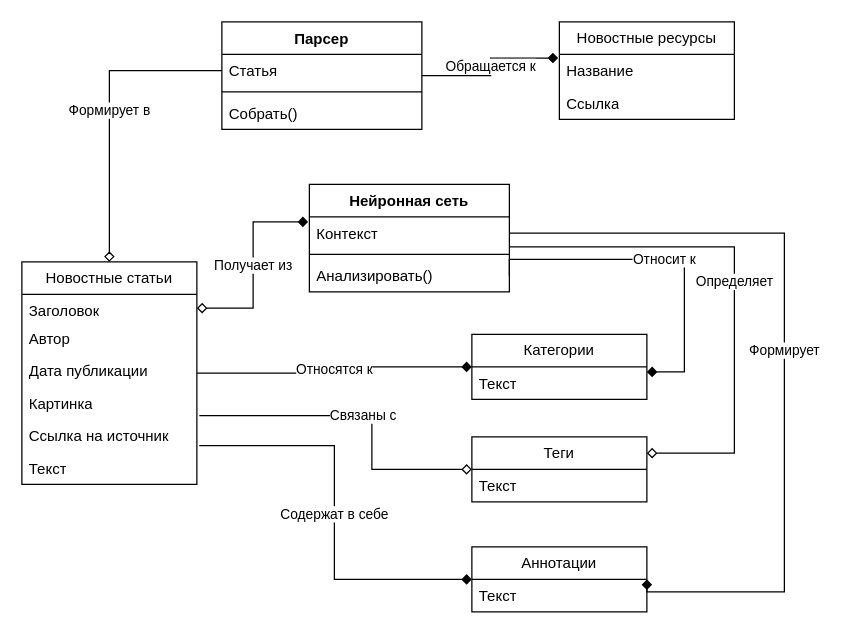
Before: Диаграммы/ConceptualModel.drawio in 0hJonny/Diplom_60701_, a draw.io diagram. Source tidied: cells renumbered, new cells numbered last; positions are measured from the earlier drawing's top-left corner, leaving out a move shared by most shapes. Both pictures are drawn from the tidied source at 125%, with x=0, y=0 at pixel (21, 21).
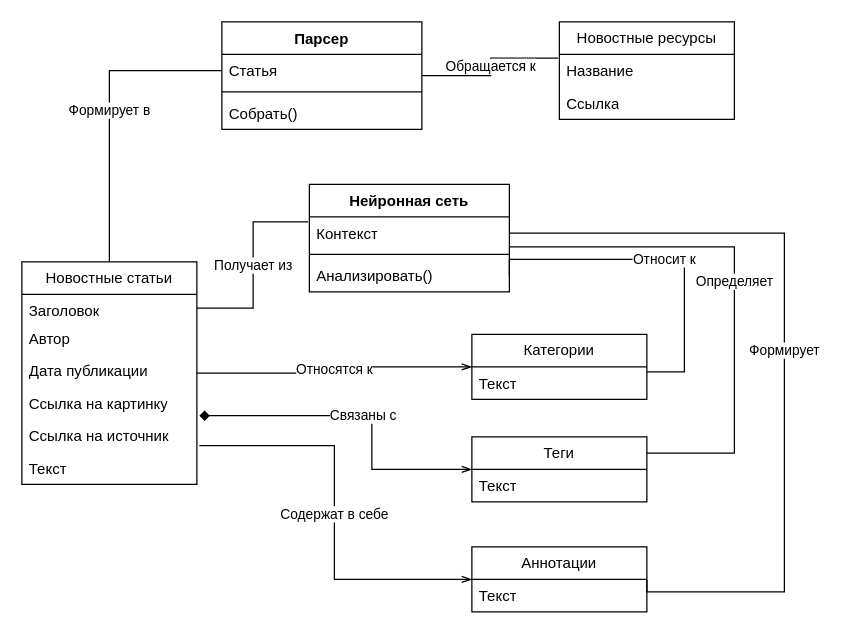
Above is the later version.

The change refers to these unchanged cells:
```xml
<mxCell id="5" value="Новостные статьи" style="swimlane;fontStyle=0;horizontal=1;startSize=26;fillColor=none;whiteSpace=wrap;html=1;" parent="1" vertex="1">
  <mxGeometry y="192" width="140" height="178" as="geometry" />
</mxCell>
<mxCell id="6" value="&lt;div&gt;Заголовок&lt;/div&gt;" style="text;strokeColor=none;fillColor=none;align=left;verticalAlign=top;spacingLeft=4;spacingRight=4;overflow=hidden;points=[[0,0.5],[1,0.5]];portConstraint=eastwest;whiteSpace=wrap;html=1;" parent="5" vertex="1">
  <mxGeometry y="26" width="140" height="22" as="geometry" />
</mxCell>
<mxCell id="10" value="Ссылка на источник" style="text;strokeColor=none;fillColor=none;align=left;verticalAlign=top;spacingLeft=4;spacingRight=4;overflow=hidden;points=[[0,0.5],[1,0.5]];portConstraint=eastwest;whiteSpace=wrap;html=1;" parent="5" vertex="1">
  <mxGeometry y="126" width="140" height="26" as="geometry" />
</mxCell>
<mxCell id="12" value="Категории" style="swimlane;fontStyle=0;horizontal=1;startSize=26;fillColor=none;whiteSpace=wrap;html=1;" parent="1" vertex="1">
  <mxGeometry x="360" y="250" width="140" height="52" as="geometry" />
</mxCell>
<mxCell id="13" value="Текст" style="text;strokeColor=none;fillColor=none;align=left;verticalAlign=top;spacingLeft=4;spacingRight=4;overflow=hidden;points=[[0,0.5],[1,0.5]];portConstraint=eastwest;whiteSpace=wrap;html=1;" parent="12" vertex="1">
  <mxGeometry y="26" width="140" height="26" as="geometry" />
</mxCell>
<mxCell id="14" value="Аннотации" style="swimlane;fontStyle=0;horizontal=1;startSize=26;fillColor=none;whiteSpace=wrap;html=1;" parent="1" vertex="1">
  <mxGeometry x="360" y="420" width="140" height="52" as="geometry" />
</mxCell>
<mxCell id="16" value="Парсер" style="swimlane;fontStyle=1;align=center;verticalAlign=top;horizontal=1;startSize=26;whiteSpace=wrap;html=1;" parent="1" vertex="1">
  <mxGeometry x="160" width="160" height="86" as="geometry" />
</mxCell>
<mxCell id="17" value="Статья" style="text;strokeColor=none;fillColor=none;align=left;verticalAlign=top;spacingLeft=4;spacingRight=4;overflow=hidden;points=[[0,0.5],[1,0.5]];portConstraint=eastwest;whiteSpace=wrap;html=1;" parent="16" vertex="1">
  <mxGeometry y="26" width="160" height="26" as="geometry" />
</mxCell>
<mxCell id="21" value="Название" style="text;strokeColor=none;fillColor=none;align=left;verticalAlign=top;spacingLeft=4;spacingRight=4;overflow=hidden;points=[[0,0.5],[1,0.5]];portConstraint=eastwest;whiteSpace=wrap;html=1;" parent="20" vertex="1">
  <mxGeometry y="26" width="140" height="26" as="geometry" />
</mxCell>
<mxCell id="23" value="Теги" style="swimlane;fontStyle=0;horizontal=1;startSize=26;fillColor=none;whiteSpace=wrap;html=1;" parent="1" vertex="1">
  <mxGeometry x="360" y="332" width="140" height="52" as="geometry" />
</mxCell>
<mxCell id="28" value="Контекст" style="text;strokeColor=none;fillColor=none;align=left;verticalAlign=top;spacingLeft=4;spacingRight=4;overflow=hidden;points=[[0,0.5],[1,0.5]];portConstraint=eastwest;whiteSpace=wrap;html=1;" parent="27" vertex="1">
  <mxGeometry y="26" width="160" height="26" as="geometry" />
</mxCell>
<mxCell id="30" value="Анализировать()" style="text;strokeColor=none;fillColor=none;align=left;verticalAlign=top;spacingLeft=4;spacingRight=4;overflow=hidden;points=[[0,0.5],[1,0.5]];portConstraint=eastwest;whiteSpace=wrap;html=1;" parent="27" vertex="1">
  <mxGeometry y="60" width="160" height="26" as="geometry" />
</mxCell>
```

Change to the diagram source:
```diff
@@
-    <mxCell id="2" value="Относятся к" style="edgeStyle=orthogonalEdgeStyle;rounded=0;jettySize=auto;html=1;entryX=0;entryY=0.5;entryDx=0;entryDy=0;endArrow=diamond;endFill=1;" parent="1" edge="1" source="5" target="12">
+    <mxCell id="2" value="Относятся к" style="edgeStyle=orthogonalEdgeStyle;rounded=0;jettySize=auto;html=1;entryX=0;entryY=0.5;entryDx=0;entryDy=0;endArrow=openThin;endFill=0;startArrow=none;startFill=0;" parent="1" edge="1" source="5" target="12">
       <mxGeometry relative="1" as="geometry" />
     </mxCell>
-    <mxCell id="3" value="Связаны с" style="edgeStyle=orthogonalEdgeStyle;rounded=0;jettySize=auto;html=1;entryX=0;entryY=0.5;entryDx=0;entryDy=0;exitX=1.014;exitY=0.885;exitDx=0;exitDy=0;exitPerimeter=0;endArrow=diamond;endFill=0;" parent="1" edge="1" source="9" target="23">
+    <mxCell id="3" value="Связаны с" style="edgeStyle=orthogonalEdgeStyle;rounded=0;jettySize=auto;html=1;entryX=0;entryY=0.5;entryDx=0;entryDy=0;exitX=1.014;exitY=0.885;exitDx=0;exitDy=0;exitPerimeter=0;endArrow=openThin;endFill=0;startArrow=diamond;startFill=1;" parent="1" edge="1" source="9" target="23">
       <mxGeometry relative="1" as="geometry">
         <Array as="points">
           <mxPoint x="280" y="315" />
           <mxPoint x="280" y="358" />
         </Array>
       </mxGeometry>
     </mxCell>
-    <mxCell id="4" value="Содержат в себе" style="edgeStyle=orthogonalEdgeStyle;rounded=0;jettySize=auto;html=1;entryX=0;entryY=0.5;entryDx=0;entryDy=0;exitX=1.014;exitY=0.808;exitDx=0;exitDy=0;exitPerimeter=0;endArrow=diamond;endFill=1;" parent="1" edge="1" source="10" target="14">
+    <mxCell id="4" value="Содержат в себе" style="edgeStyle=orthogonalEdgeStyle;rounded=0;jettySize=auto;html=1;entryX=0;entryY=0.5;entryDx=0;entryDy=0;exitX=1.014;exitY=0.808;exitDx=0;exitDy=0;exitPerimeter=0;endArrow=openThin;endFill=0;startArrow=none;startFill=0;" parent="1" edge="1" source="10" target="14">
       <mxGeometry relative="1" as="geometry" />
     </mxCell>
@@
-    <mxCell id="9" value="Картинка" style="text;strokeColor=none;fillColor=none;align=left;verticalAlign=top;spacingLeft=4;spacingRight=4;overflow=hidden;points=[[0,0.5],[1,0.5]];portConstraint=eastwest;whiteSpace=wrap;html=1;" parent="5" vertex="1">
+    <mxCell id="9" value="Ссылка на картинку" style="text;strokeColor=none;fillColor=none;align=left;verticalAlign=top;spacingLeft=4;spacingRight=4;overflow=hidden;points=[[0,0.5],[1,0.5]];portConstraint=eastwest;whiteSpace=wrap;html=1;" parent="5" vertex="1">
       <mxGeometry y="100" width="140" height="26" as="geometry" />
     </mxCell>
@@
-    <mxCell id="25" value="Обращается к" style="edgeStyle=orthogonalEdgeStyle;rounded=0;jettySize=auto;html=1;entryX=-0.007;entryY=0.115;entryDx=0;entryDy=0;entryPerimeter=0;endArrow=diamond;endFill=1;" parent="1" edge="1" source="16" target="21">
+    <mxCell id="25" value="Обращается к" style="edgeStyle=orthogonalEdgeStyle;rounded=0;jettySize=auto;html=1;entryX=-0.007;entryY=0.115;entryDx=0;entryDy=0;entryPerimeter=0;endArrow=none;endFill=0;startArrow=none;startFill=0;" parent="1" edge="1" source="16" target="21">
       <mxGeometry relative="1" as="geometry" />
     </mxCell>
-    <mxCell id="26" value="Формирует в" style="edgeStyle=orthogonalEdgeStyle;rounded=0;jettySize=auto;html=1;entryX=0.5;entryY=0;entryDx=0;entryDy=0;endArrow=diamond;endFill=0;" parent="1" edge="1" source="17" target="5">
+    <mxCell id="26" value="Формирует в" style="edgeStyle=orthogonalEdgeStyle;rounded=0;jettySize=auto;html=1;entryX=0.5;entryY=0;entryDx=0;entryDy=0;endArrow=none;endFill=0;" parent="1" edge="1" source="17" target="5">
       <mxGeometry relative="1" as="geometry" />
     </mxCell>
@@
-    <mxCell id="31" value="Получает из" style="edgeStyle=orthogonalEdgeStyle;rounded=0;jettySize=auto;html=1;entryX=-0.006;entryY=0.154;entryDx=0;entryDy=0;entryPerimeter=0;startArrow=diamond;startFill=0;endArrow=diamond;endFill=1;" parent="1" edge="1" source="6" target="28">
+    <mxCell id="31" value="Получает из" style="edgeStyle=orthogonalEdgeStyle;rounded=0;jettySize=auto;html=1;entryX=-0.006;entryY=0.154;entryDx=0;entryDy=0;entryPerimeter=0;startArrow=none;startFill=0;endArrow=none;endFill=0;" parent="1" edge="1" source="6" target="28">
       <mxGeometry relative="1" as="geometry" />
     </mxCell>
-    <mxCell id="32" value="Относит к" style="edgeStyle=orthogonalEdgeStyle;rounded=0;jettySize=auto;html=1;entryX=1;entryY=0.154;entryDx=0;entryDy=0;entryPerimeter=0;exitX=1;exitY=0.5;exitDx=0;exitDy=0;endArrow=diamond;endFill=1;" parent="1" edge="1" source="30" target="13">
+    <mxCell id="32" value="Относит к" style="edgeStyle=orthogonalEdgeStyle;rounded=0;jettySize=auto;html=1;entryX=1;entryY=0.154;entryDx=0;entryDy=0;entryPerimeter=0;exitX=1;exitY=0.5;exitDx=0;exitDy=0;endArrow=none;endFill=0;" parent="1" edge="1" source="30" target="13">
       <mxGeometry relative="1" as="geometry">
         <Array as="points">
           <mxPoint x="390" y="190" />
           <mxPoint x="530" y="190" />
           <mxPoint x="530" y="280" />
         </Array>
       </mxGeometry>
     </mxCell>
-    <mxCell id="33" value="Определяет" style="edgeStyle=orthogonalEdgeStyle;rounded=0;jettySize=auto;html=1;entryX=1;entryY=0.25;entryDx=0;entryDy=0;endArrow=diamond;endFill=0;" parent="1" edge="1" source="28" target="23">
+    <mxCell id="33" value="Определяет" style="edgeStyle=orthogonalEdgeStyle;rounded=0;jettySize=auto;html=1;entryX=1;entryY=0.25;entryDx=0;entryDy=0;endArrow=none;endFill=0;" parent="1" edge="1" source="28" target="23">
       <mxGeometry relative="1" as="geometry">
         <Array as="points">
           <mxPoint x="570" y="180" />
           <mxPoint x="570" y="345" />
         </Array>
       </mxGeometry>
     </mxCell>
-    <mxCell id="34" value="Формирует" style="edgeStyle=orthogonalEdgeStyle;rounded=0;jettySize=auto;html=1;entryX=1;entryY=0.5;entryDx=0;entryDy=0;endArrow=diamond;endFill=1;" parent="1" edge="1" source="28" target="14">
+    <mxCell id="34" value="Формирует" style="edgeStyle=orthogonalEdgeStyle;rounded=0;jettySize=auto;html=1;entryX=1;entryY=0.5;entryDx=0;entryDy=0;endArrow=none;endFill=0;" parent="1" edge="1" source="28" target="14">
       <mxGeometry relative="1" as="geometry">
         <Array as="points">
           <mxPoint x="610" y="169" />
           <mxPoint x="610" y="456" />
         </Array>
       </mxGeometry>
     </mxCell>
```
